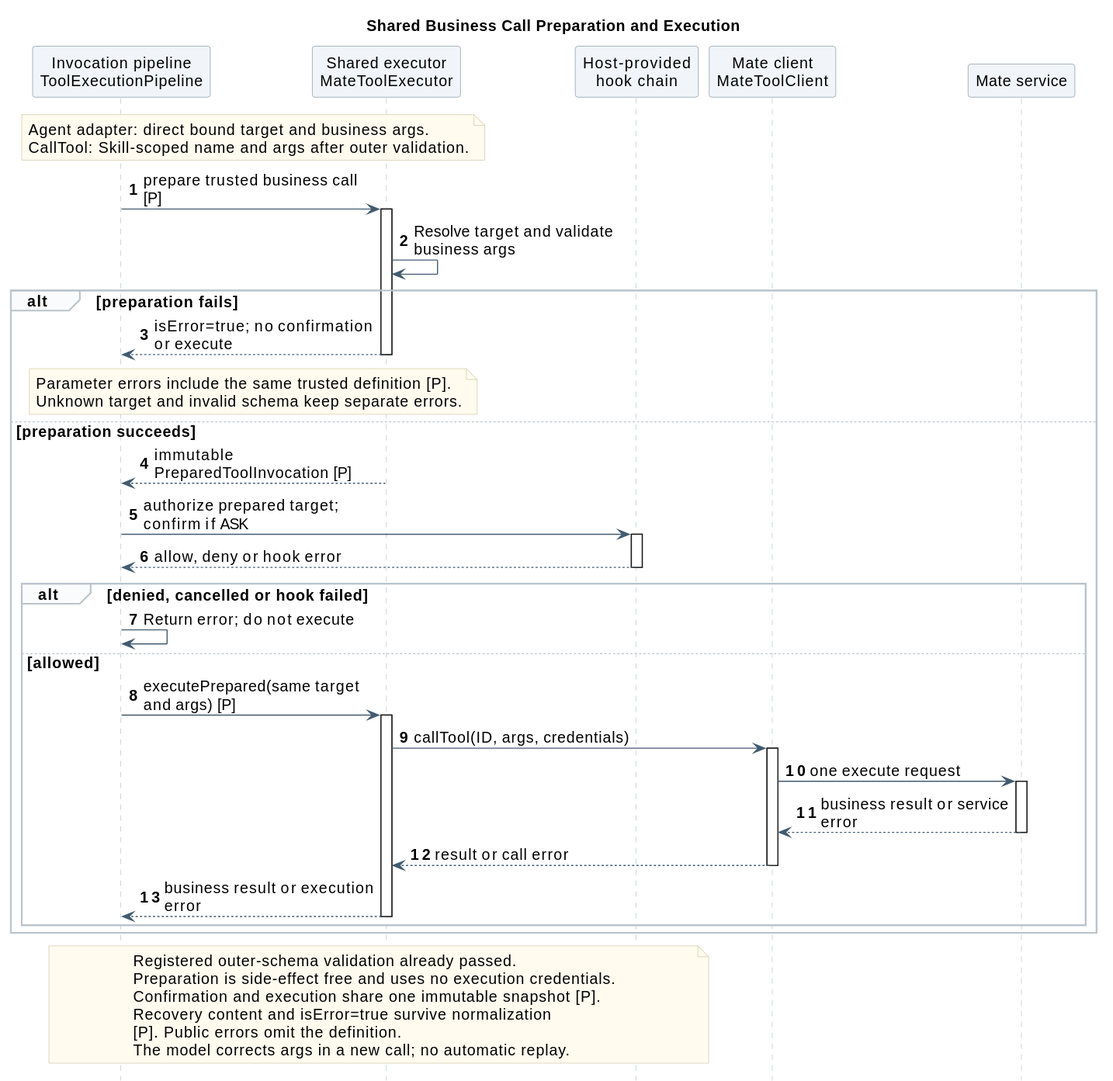
Above: 01-总体架构/02-CampusClaw工具系统/call_mate_tool_sequence.svg in ssm0808/pi-mono-java-design (PlantUML), before the change.
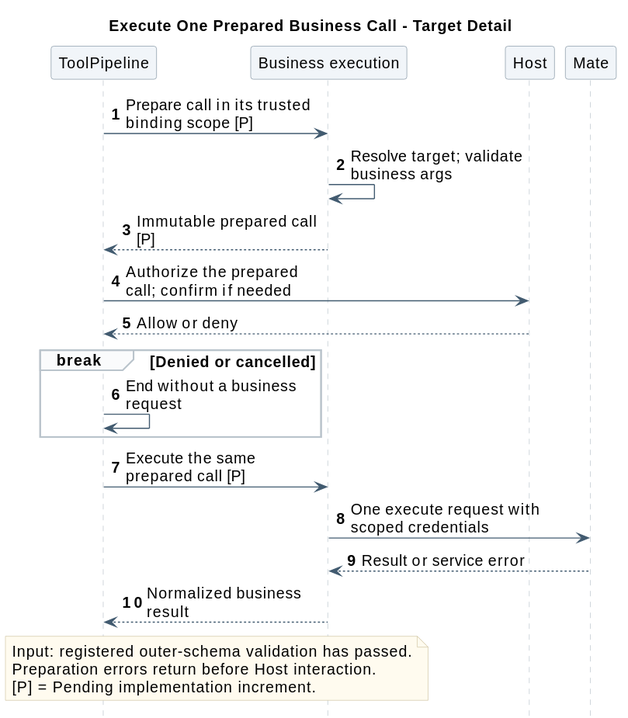
The same diagram one commit later.

Change to the diagram source:
```diff
@@ -4,61 +4,38 @@
 skinparam defaultFontSize 14
 skinparam shadowing false
 skinparam sequenceMessageAlign left
-skinparam maxMessageSize 210
+skinparam maxMessageSize 180
 skinparam sequenceArrowColor #425B70
 skinparam sequenceLifeLineBorderColor #BAC4CC
 skinparam sequenceParticipantBackgroundColor #F1F5F9
 skinparam sequenceParticipantBorderColor #8496A4
 skinparam sequenceGroupBackgroundColor #FAFBFC
 skinparam sequenceGroupBorderColor #BAC4CC
-skinparam sequenceReferenceBackgroundColor #EEF4FA
-skinparam sequenceReferenceBorderColor #8496A4
 skinparam noteBackgroundColor #FFFBEF
 skinparam noteBorderColor #D2C6A5
 hide footbox
 autonumber
-title Shared Business Call Preparation and Execution
 
-participant "Invocation pipeline\nToolExecutionPipeline" as Pipeline
-participant "Shared executor\nMateToolExecutor" as Executor
-participant "Host-provided\nhook chain" as Hooks
-participant "Mate client\nMateToolClient" as Client
-participant "Mate service" as Mate
-
-note over Pipeline, Executor
-  Agent adapter: direct bound target and business args.
-  CallTool: Skill-scoped name and args after outer validation.
-end note
-Pipeline -> Executor ++ : prepare trusted business call [P]
-Executor -> Executor : Resolve target and validate business args
-alt preparation fails
-  Executor --> Pipeline -- : isError=true; no confirmation or execute
-  note over Pipeline, Executor
-    Parameter errors include the same trusted definition [P].
-    Unknown target and invalid schema keep separate errors.
-  end note
-else preparation succeeds
-  Executor --> Pipeline -- : immutable PreparedToolInvocation [P]
-  Pipeline -> Hooks ++ : authorize prepared target; confirm if ASK
-  Hooks --> Pipeline -- : allow, deny or hook error
-  alt denied, cancelled or hook failed
-    Pipeline -> Pipeline : Return error; do not execute
-  else allowed
-    Pipeline -> Executor ++ : executePrepared(same target and args) [P]
-    Executor -> Client ++ : callTool(ID, args, credentials)
-    Client -> Mate ++ : one execute request
-    Mate --> Client -- : business result or service error
-    Client --> Executor -- : result or call error
-    Executor --> Pipeline -- : business result or execution error
-  end
+title Execute One Prepared Business Call - Target Detail
+participant ToolPipeline as Pipeline
+participant "Business execution" as Execution
+participant Host
+participant Mate
+Pipeline -> Execution : Prepare call in its trusted binding scope [P]
+Execution -> Execution : Resolve target; validate business args
+Execution --> Pipeline : Immutable prepared call [P]
+Pipeline -> Host : Authorize the prepared call; confirm if needed
+Host --> Pipeline : Allow or deny
+break Denied or cancelled
+  Pipeline -> Pipeline : End without a business request
 end
-
-note over Pipeline, Hooks
-  Registered outer-schema validation already passed.
-  Preparation is side-effect free and uses no execution credentials.
-  Confirmation and execution share one immutable snapshot [P].
-  Recovery content and isError=true survive normalization
-  [P]. Public errors omit the definition.
-  The model corrects args in a new call; no automatic replay.
+Pipeline -> Execution : Execute the same prepared call [P]
+Execution -> Mate : One execute request with scoped credentials
+Mate --> Execution : Result or service error
+Execution --> Pipeline : Normalized business result
+note over Pipeline,Execution
+  Input: registered outer-schema validation has passed.
+  Preparation errors return before Host interaction.
+  [P] = Pending implementation increment.
 end note
 @enduml
```
